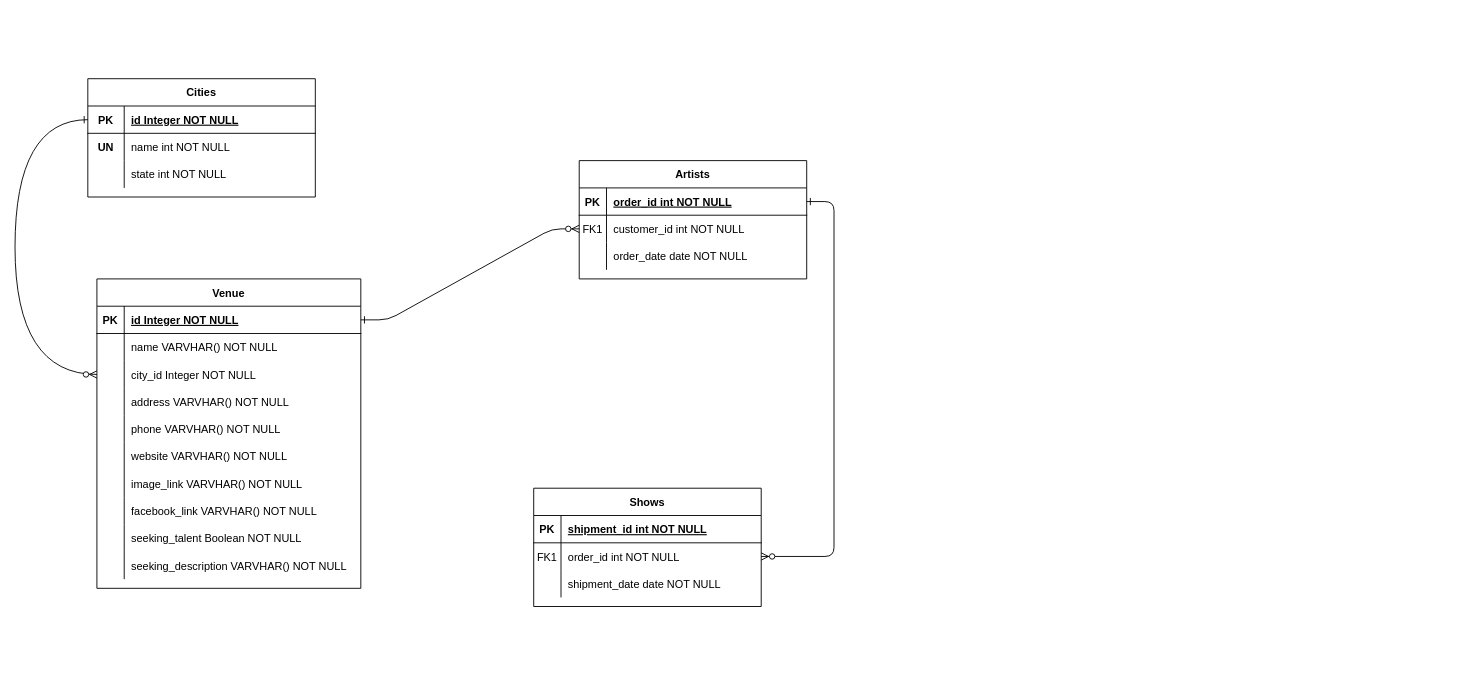
Before: projects/01_fyyur/Untitled Diagram.drawio in ehabAbdelMawla/FSND, a draw.io diagram. Source tidied: cells renumbered, new cells numbered last; positions are measured from the earlier drawing's top-left corner, leaving out a move shared by most shapes. Both pictures are drawn from the tidied source at 91%, with x=0, y=0 at pixel (15, 78).
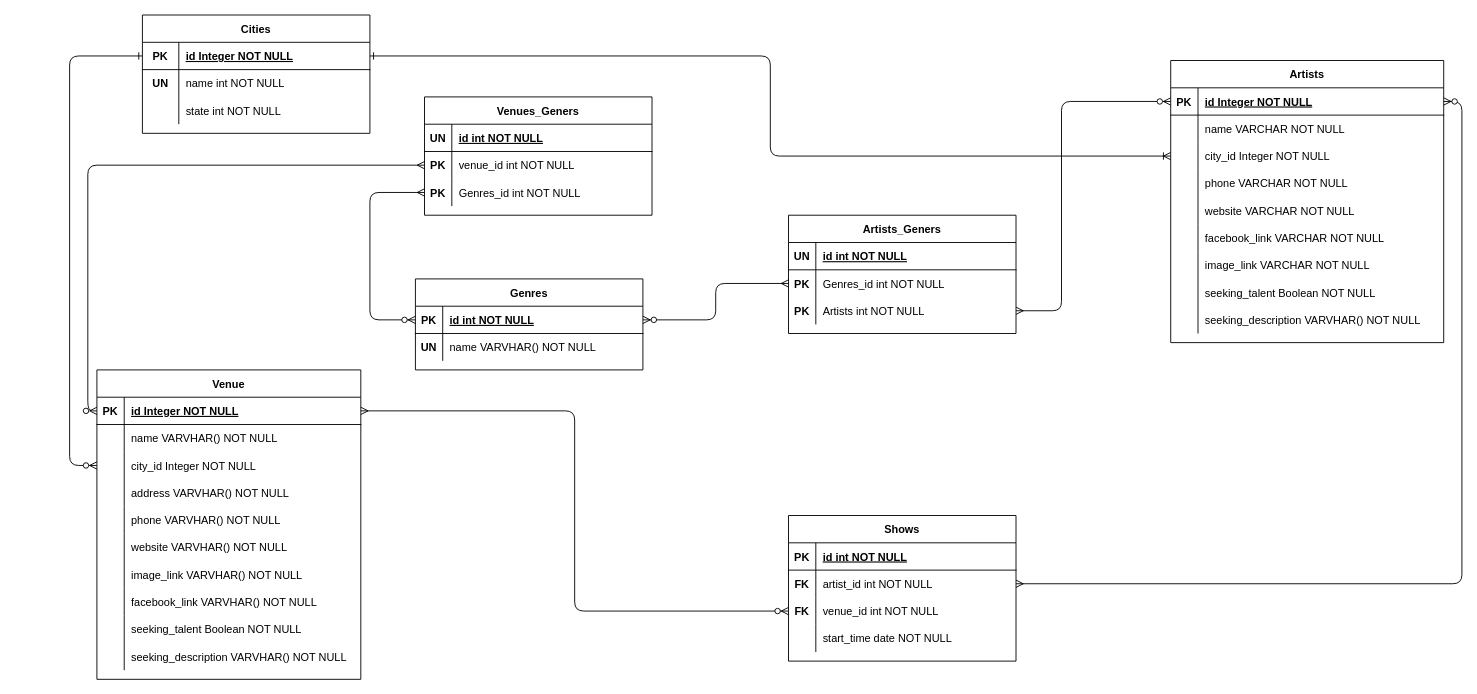
After the change.

The change refers to these unchanged cells:
```xml
<mxCell id="5" style="shape=partialRectangle;fillColor=none;points=[[0,0.5],[1,0.5]];portConstraint=eastwest;top=0;left=0;right=0;bottom=1;" parent="4" vertex="1">
  <mxGeometry y="30" width="250" height="30" as="geometry" />
</mxCell>
<mxCell id="8" style="shape=partialRectangle;fillColor=none;points=[[0,0.5],[1,0.5]];portConstraint=eastwest;top=0;left=0;right=0;bottom=0;" parent="4" vertex="1">
  <mxGeometry y="60" width="250" height="30" as="geometry" />
</mxCell>
<mxCell id="15" style="shape=partialRectangle;fillColor=none;top=0;left=0;right=0;bottom=1;" parent="14" vertex="1">
  <mxGeometry y="30" width="250" height="30" as="geometry" />
</mxCell>
<mxCell id="18" style="shape=partialRectangle;fillColor=none;points=[[0,0.5],[1,0.5]];portConstraint=eastwest;top=0;left=0;right=0;bottom=0;" parent="14" vertex="1">
  <mxGeometry y="60" width="250" height="30" as="geometry" />
</mxCell>
<mxCell id="21" style="shape=partialRectangle;fillColor=none;points=[[0,0.5],[1,0.5]];portConstraint=eastwest;top=0;left=0;right=0;bottom=0;" parent="14" vertex="1">
  <mxGeometry y="90" width="250" height="30" as="geometry" />
</mxCell>
<mxCell id="25" style="shape=partialRectangle;fillColor=none;points=[[0,0.5],[1,0.5]];portConstraint=eastwest;top=0;left=0;right=0;bottom=1;" parent="24" vertex="1">
  <mxGeometry y="30" width="290" height="30" as="geometry" />
</mxCell>
<mxCell id="31" style="shape=partialRectangle;fillColor=none;points=[[0,0.5],[1,0.5]];portConstraint=eastwest;top=0;left=0;right=0;bottom=0;" parent="24" vertex="1">
  <mxGeometry y="90" width="290" height="30" as="geometry" />
</mxCell>
<mxCell id="56" style="shape=partialRectangle;fillColor=none;points=[[0,0.5],[1,0.5]];portConstraint=eastwest;top=0;left=0;right=0;bottom=1;" parent="55" vertex="1">
  <mxGeometry y="30" width="250" height="30" as="geometry" />
</mxCell>
```

Diff of the diagram source:
```diff
@@
-    <mxCell id="2" style="edgeStyle=entityRelationEdgeStyle;endArrow=ERzeroToMany;startArrow=ERone;endFill=1;startFill=0;" parent="1" edge="1" source="25" target="8">
-      <mxGeometry relative="1" as="geometry" />
-    </mxCell>
-    <mxCell id="3" style="edgeStyle=entityRelationEdgeStyle;endArrow=ERzeroToMany;startArrow=ERone;endFill=1;startFill=0;" parent="1" edge="1" source="5" target="18">
-      <mxGeometry relative="1" as="geometry" />
-    </mxCell>
-    <mxCell id="4" value="Artists" style="shape=table;startSize=30;childLayout=tableLayout;rowLines=0;fontStyle=1;align=center;" parent="1" vertex="1">
-      <mxGeometry x="620" y="90" width="250" height="130" as="geometry" />
+    <mxCell id="4" value="Genres" style="shape=table;startSize=30;childLayout=tableLayout;rowLines=0;fontStyle=1;align=center;" parent="1" vertex="1">
+      <mxGeometry x="440" y="220" width="250" height="100" as="geometry" />
     </mxCell>
@@
-    <mxCell id="7" value="order_id int NOT NULL " style="shape=partialRectangle;overflow=hidden;fillColor=none;top=0;left=0;bottom=0;right=0;align=left;spacingLeft=6;fontStyle=5;" parent="5" vertex="1">
+    <mxCell id="7" value="id int NOT NULL " style="shape=partialRectangle;overflow=hidden;fillColor=none;top=0;left=0;bottom=0;right=0;align=left;spacingLeft=6;fontStyle=5;" parent="5" vertex="1">
       <mxGeometry x="30" width="220" height="30" as="geometry" />
     </mxCell>
@@
-    <mxCell id="9" value="FK1" style="shape=partialRectangle;overflow=hidden;fillColor=none;top=0;left=0;bottom=0;right=0;" parent="8" vertex="1">
+    <mxCell id="9" value="UN" style="shape=partialRectangle;overflow=hidden;fillColor=none;top=0;left=0;bottom=0;right=0;fontStyle=1;" parent="8" vertex="1">
       <mxGeometry width="30" height="30" as="geometry" />
     </mxCell>
-    <mxCell id="10" value="customer_id int NOT NULL" style="shape=partialRectangle;overflow=hidden;fillColor=none;top=0;left=0;bottom=0;right=0;align=left;spacingLeft=6;" parent="8" vertex="1">
+    <mxCell id="10" value="name VARVHAR() NOT NULL" style="shape=partialRectangle;overflow=hidden;fillColor=none;top=0;left=0;bottom=0;right=0;align=left;spacingLeft=6;" parent="8" vertex="1">
       <mxGeometry x="30" width="220" height="30" as="geometry" />
     </mxCell>
-    <mxCell id="11" style="shape=partialRectangle;fillColor=none;top=0;left=0;right=0;bottom=0;" parent="4" vertex="1">
-      <mxGeometry y="90" width="250" height="30" as="geometry" />
-    </mxCell>
-    <mxCell id="12" style="shape=partialRectangle;overflow=hidden;fillColor=none;top=0;left=0;bottom=0;right=0;" parent="11" vertex="1">
-      <mxGeometry width="30" height="30" as="geometry" />
-    </mxCell>
-    <mxCell id="13" value="order_date date NOT NULL" style="shape=partialRectangle;overflow=hidden;fillColor=none;top=0;left=0;bottom=0;right=0;align=left;spacingLeft=6;" parent="11" vertex="1">
-      <mxGeometry x="30" width="220" height="30" as="geometry" />
-    </mxCell>
     <mxCell id="14" value="Shows" style="shape=table;startSize=30;childLayout=tableLayout;rowLines=0;fontStyle=1;align=center;" parent="1" vertex="1">
-      <mxGeometry x="570" y="450" width="250" height="130" as="geometry" />
+      <mxGeometry x="850" y="480" width="250" height="160" as="geometry" />
     </mxCell>
@@
-    <mxCell id="17" value="shipment_id int NOT NULL " style="shape=partialRectangle;overflow=hidden;fillColor=none;top=0;left=0;bottom=0;right=0;align=left;spacingLeft=6;fontStyle=5;" parent="15" vertex="1">
+    <mxCell id="17" value="id int NOT NULL " style="shape=partialRectangle;overflow=hidden;fillColor=none;top=0;left=0;bottom=0;right=0;align=left;spacingLeft=6;fontStyle=5;" parent="15" vertex="1">
       <mxGeometry x="30" width="220" height="30" as="geometry" />
     </mxCell>
@@
-    <mxCell id="19" value="FK1" style="shape=partialRectangle;overflow=hidden;fillColor=none;top=0;left=0;bottom=0;right=0;" parent="18" vertex="1">
+    <mxCell id="19" value="FK" style="shape=partialRectangle;overflow=hidden;fillColor=none;top=0;left=0;bottom=0;right=0;fontStyle=1;" parent="18" vertex="1">
       <mxGeometry width="30" height="30" as="geometry" />
     </mxCell>
-    <mxCell id="20" value="order_id int NOT NULL" style="shape=partialRectangle;overflow=hidden;fillColor=none;top=0;left=0;bottom=0;right=0;align=left;spacingLeft=6;" parent="18" vertex="1">
+    <mxCell id="20" value="artist_id int NOT NULL" style="shape=partialRectangle;overflow=hidden;fillColor=none;top=0;left=0;bottom=0;right=0;align=left;spacingLeft=6;" parent="18" vertex="1">
       <mxGeometry x="30" width="220" height="30" as="geometry" />
     </mxCell>
@@
-    <mxCell id="22" style="shape=partialRectangle;overflow=hidden;fillColor=none;top=0;left=0;bottom=0;right=0;" parent="21" vertex="1">
+    <mxCell id="22" value="FK" style="shape=partialRectangle;overflow=hidden;fillColor=none;top=0;left=0;bottom=0;right=0;fontStyle=1;" parent="21" vertex="1">
       <mxGeometry width="30" height="30" as="geometry" />
     </mxCell>
-    <mxCell id="23" value="shipment_date date NOT NULL" style="shape=partialRectangle;overflow=hidden;fillColor=none;top=0;left=0;bottom=0;right=0;align=left;spacingLeft=6;" parent="21" vertex="1">
+    <mxCell id="23" value="venue_id int NOT NULL" style="shape=partialRectangle;overflow=hidden;fillColor=none;top=0;left=0;bottom=0;right=0;align=left;spacingLeft=6;" parent="21" vertex="1">
       <mxGeometry x="30" width="220" height="30" as="geometry" />
     </mxCell>
+    <mxCell id="66" style="shape=partialRectangle;fillColor=none;top=0;left=0;right=0;bottom=0;" parent="14" vertex="1">
+      <mxGeometry y="120" width="250" height="30" as="geometry" />
+    </mxCell>
+    <mxCell id="67" style="shape=partialRectangle;overflow=hidden;fillColor=none;top=0;left=0;bottom=0;right=0;" parent="66" vertex="1">
+      <mxGeometry width="30" height="30" as="geometry" />
+    </mxCell>
+    <mxCell id="68" value="start_time date NOT NULL" style="shape=partialRectangle;overflow=hidden;fillColor=none;top=0;left=0;bottom=0;right=0;align=left;spacingLeft=6;" parent="66" vertex="1">
+      <mxGeometry x="30" width="220" height="30" as="geometry" />
+    </mxCell>
     <mxCell id="24" value="Venue" style="shape=table;startSize=30;childLayout=tableLayout;rowLines=0;fontStyle=1;align=center;" parent="1" vertex="1">
-      <mxGeometry x="90" y="220" width="290" height="340" as="geometry" />
+      <mxGeometry x="90" y="320" width="290" height="340" as="geometry" />
     </mxCell>
@@
     <mxCell id="55" value="Cities" style="shape=table;startSize=30;childLayout=tableLayout;rowLines=0;fontStyle=1;align=center;" parent="1" vertex="1">
-      <mxGeometry x="80" width="250" height="130" as="geometry" />
+      <mxGeometry x="140" y="-70" width="250" height="130" as="geometry" />
     </mxCell>
@@
-    <mxCell id="65" style="endArrow=ERzeroToMany;startArrow=ERone;endFill=1;startFill=0;entryX=0;entryY=0.5;entryDx=0;entryDy=0;exitX=0;exitY=0.5;exitDx=0;exitDy=0;edgeStyle=orthogonalEdgeStyle;curved=1;" parent="1" edge="1" source="56" target="31">
+    <mxCell id="65" style="endArrow=ERzeroToMany;startArrow=ERone;endFill=1;startFill=0;entryX=0;entryY=0.5;entryDx=0;entryDy=0;exitX=0;exitY=0.5;exitDx=0;exitDy=0;edgeStyle=elbowEdgeStyle;elbow=vertical;" parent="1" edge="1" source="56" target="31">
       <mxGeometry relative="1" as="geometry">
         <Array as="points">
-          <mxPoint y="45" />
-          <mxPoint y="325" />
+          <mxPoint x="60" y="150" />
         </Array>
       </mxGeometry>
     </mxCell>
+    <mxCell id="69" value="Artists" style="shape=table;startSize=30;childLayout=tableLayout;rowLines=0;fontStyle=1;align=center;" parent="1" vertex="1">
+      <mxGeometry x="1270" y="-20" width="300" height="310" as="geometry" />
+    </mxCell>
+    <mxCell id="70" style="shape=partialRectangle;fillColor=none;points=[[0,0.5],[1,0.5]];portConstraint=eastwest;top=0;left=0;right=0;bottom=1;" parent="69" vertex="1">
+      <mxGeometry y="30" width="300" height="30" as="geometry" />
+    </mxCell>
+    <mxCell id="71" value="PK" style="shape=partialRectangle;overflow=hidden;fillColor=none;top=0;left=0;bottom=0;right=0;fontStyle=1;" parent="70" vertex="1">
+      <mxGeometry width="30" height="30" as="geometry" />
+    </mxCell>
+    <mxCell id="72" value="id Integer NOT NULL" style="shape=partialRectangle;overflow=hidden;fillColor=none;top=0;left=0;bottom=0;right=0;align=left;spacingLeft=6;fontStyle=5;" parent="70" vertex="1">
+      <mxGeometry x="30" width="270" height="30" as="geometry" />
+    </mxCell>
+    <mxCell id="73" style="shape=partialRectangle;fillColor=none;top=0;left=0;right=0;bottom=0;" parent="69" vertex="1">
+      <mxGeometry y="60" width="300" height="30" as="geometry" />
+    </mxCell>
+    <mxCell id="74" style="shape=partialRectangle;overflow=hidden;fillColor=none;top=0;left=0;bottom=0;right=0;" parent="73" vertex="1">
+      <mxGeometry width="30" height="30" as="geometry" />
+    </mxCell>
+    <mxCell id="75" value="name VARCHAR NOT NULL" style="shape=partialRectangle;overflow=hidden;fillColor=none;top=0;left=0;bottom=0;right=0;align=left;spacingLeft=6;" parent="73" vertex="1">
+      <mxGeometry x="30" width="270" height="30" as="geometry" />
+    </mxCell>
+    <mxCell id="76" style="shape=partialRectangle;fillColor=none;points=[[0,0.5],[1,0.5]];portConstraint=eastwest;top=0;left=0;right=0;bottom=0;" parent="69" vertex="1">
+      <mxGeometry y="90" width="300" height="30" as="geometry" />
+    </mxCell>
+    <mxCell id="77" style="shape=partialRectangle;overflow=hidden;fillColor=none;top=0;left=0;bottom=0;right=0;" parent="76" vertex="1">
+      <mxGeometry width="30" height="30" as="geometry" />
+    </mxCell>
+    <mxCell id="78" value="city_id Integer NOT NULL" style="shape=partialRectangle;overflow=hidden;fillColor=none;top=0;left=0;bottom=0;right=0;align=left;spacingLeft=6;" parent="76" vertex="1">
+      <mxGeometry x="30" width="270" height="30" as="geometry" />
+    </mxCell>
+    <mxCell id="79" style="shape=partialRectangle;fillColor=none;top=0;left=0;right=0;bottom=0;" parent="69" vertex="1">
+      <mxGeometry y="120" width="300" height="30" as="geometry" />
+    </mxCell>
+    <mxCell id="80" style="shape=partialRectangle;overflow=hidden;fillColor=none;top=0;left=0;bottom=0;right=0;" parent="79" vertex="1">
+      <mxGeometry width="30" height="30" as="geometry" />
+    </mxCell>
+    <mxCell id="81" value="phone VARCHAR NOT NULL" style="shape=partialRectangle;overflow=hidden;fillColor=none;top=0;left=0;bottom=0;right=0;align=left;spacingLeft=6;" parent="79" vertex="1">
+      <mxGeometry x="30" width="270" height="30" as="geometry" />
+    </mxCell>
+    <mxCell id="82" style="shape=partialRectangle;fillColor=none;top=0;left=0;right=0;bottom=0;" parent="69" vertex="1">
+      <mxGeometry y="150" width="300" height="30" as="geometry" />
+    </mxCell>
+    <mxCell id="83" style="shape=partialRectangle;overflow=hidden;fillColor=none;top=0;left=0;bottom=0;right=0;" parent="82" vertex="1">
+      <mxGeometry width="30" height="30" as="geometry" />
+    </mxCell>
+    <mxCell id="84" value="website VARCHAR NOT NULL" style="shape=partialRectangle;overflow=hidden;fillColor=none;top=0;left=0;bottom=0;right=0;align=left;spacingLeft=6;" parent="82" vertex="1">
+      <mxGeometry x="30" width="270" height="30" as="geometry" />
+    </mxCell>
+    <mxCell id="85" style="shape=partialRectangle;fillColor=none;top=0;left=0;right=0;bottom=0;" parent="69" vertex="1">
+      <mxGeometry y="180" width="300" height="30" as="geometry" />
+    </mxCell>
+    <mxCell id="86" style="shape=partialRectangle;overflow=hidden;fillColor=none;top=0;left=0;bottom=0;right=0;" parent="85" vertex="1">
+      <mxGeometry width="30" height="30" as="geometry" />
+    </mxCell>
+    <mxCell id="87" value="facebook_link VARCHAR NOT NULL" style="shape=partialRectangle;overflow=hidden;fillColor=none;top=0;left=0;bottom=0;right=0;align=left;spacingLeft=6;" parent="85" vertex="1">
+      <mxGeometry x="30" width="270" height="30" as="geometry" />
+    </mxCell>
+    <mxCell id="88" style="shape=partialRectangle;fillColor=none;top=0;left=0;right=0;bottom=0;" parent="69" vertex="1">
+      <mxGeometry y="210" width="300" height="30" as="geometry" />
+    </mxCell>
+    <mxCell id="89" style="shape=partialRectangle;overflow=hidden;fillColor=none;top=0;left=0;bottom=0;right=0;" parent="88" vertex="1">
+      <mxGeometry width="30" height="30" as="geometry" />
+    </mxCell>
+    <mxCell id="90" value="image_link VARCHAR NOT NULL" style="shape=partialRectangle;overflow=hidden;fillColor=none;top=0;left=0;bottom=0;right=0;align=left;spacingLeft=6;" parent="88" vertex="1">
+      <mxGeometry x="30" width="270" height="30" as="geometry" />
+    </mxCell>
+    <mxCell id="91" style="shape=partialRectangle;fillColor=none;top=0;left=0;right=0;bottom=0;" parent="69" vertex="1">
+      <mxGeometry y="240" width="300" height="30" as="geometry" />
+    </mxCell>
+    <mxCell id="92" style="shape=partialRectangle;overflow=hidden;fillColor=none;top=0;left=0;bottom=0;right=0;" parent="91" vertex="1">
+      <mxGeometry width="30" height="30" as="geometry" />
+    </mxCell>
+    <mxCell id="93" value="seeking_talent Boolean NOT NULL" style="shape=partialRectangle;overflow=hidden;fillColor=none;top=0;left=0;bottom=0;right=0;align=left;spacingLeft=6;" parent="91" vertex="1">
+      <mxGeometry x="30" width="270" height="30" as="geometry" />
+    </mxCell>
+    <mxCell id="94" style="shape=partialRectangle;fillColor=none;top=0;left=0;right=0;bottom=0;" parent="69" vertex="1">
+      <mxGeometry y="270" width="300" height="30" as="geometry" />
+    </mxCell>
+    <mxCell id="95" style="shape=partialRectangle;overflow=hidden;fillColor=none;top=0;left=0;bottom=0;right=0;" parent="94" vertex="1">
+      <mxGeometry width="30" height="30" as="geometry" />
+    </mxCell>
+    <mxCell id="96" value="seeking_description VARVHAR() NOT NULL" style="shape=partialRectangle;overflow=hidden;fillColor=none;top=0;left=0;bottom=0;right=0;align=left;spacingLeft=6;" parent="94" vertex="1">
+      <mxGeometry x="30" width="270" height="30" as="geometry" />
+    </mxCell>
+    <mxCell id="97" value="Venues_Geners" style="shape=table;startSize=30;childLayout=tableLayout;rowLines=0;fontStyle=1;align=center;" parent="1" vertex="1">
+      <mxGeometry x="450" y="20" width="250" height="130" as="geometry" />
+    </mxCell>
+    <mxCell id="98" style="shape=partialRectangle;fillColor=none;top=0;left=0;right=0;bottom=1;" parent="97" vertex="1">
+      <mxGeometry y="30" width="250" height="30" as="geometry" />
+    </mxCell>
+    <mxCell id="99" value="UN" style="shape=partialRectangle;overflow=hidden;fillColor=none;top=0;left=0;bottom=0;right=0;fontStyle=1;" parent="98" vertex="1">
+      <mxGeometry width="30" height="30" as="geometry" />
+    </mxCell>
+    <mxCell id="100" value="id int NOT NULL " style="shape=partialRectangle;overflow=hidden;fillColor=none;top=0;left=0;bottom=0;right=0;align=left;spacingLeft=6;fontStyle=5;" parent="98" vertex="1">
+      <mxGeometry x="30" width="220" height="30" as="geometry" />
+    </mxCell>
+    <mxCell id="101" style="shape=partialRectangle;fillColor=none;points=[[0,0.5],[1,0.5]];portConstraint=eastwest;top=0;left=0;right=0;bottom=0;" parent="97" vertex="1">
+      <mxGeometry y="60" width="250" height="30" as="geometry" />
+    </mxCell>
+    <mxCell id="102" value="PK" style="shape=partialRectangle;overflow=hidden;fillColor=none;top=0;left=0;bottom=0;right=0;fontStyle=1;" parent="101" vertex="1">
+      <mxGeometry width="30" height="30" as="geometry" />
+    </mxCell>
+    <mxCell id="103" value="venue_id int NOT NULL" style="shape=partialRectangle;overflow=hidden;fillColor=none;top=0;left=0;bottom=0;right=0;align=left;spacingLeft=6;" parent="101" vertex="1">
+      <mxGeometry x="30" width="220" height="30" as="geometry" />
+    </mxCell>
+    <mxCell id="104" style="shape=partialRectangle;fillColor=none;points=[[0,0.5],[1,0.5]];portConstraint=eastwest;top=0;left=0;right=0;bottom=0;" parent="97" vertex="1">
+      <mxGeometry y="90" width="250" height="30" as="geometry" />
+    </mxCell>
+    <mxCell id="105" value="PK" style="shape=partialRectangle;overflow=hidden;fillColor=none;top=0;left=0;bottom=0;right=0;fontStyle=1;" parent="104" vertex="1">
+      <mxGeometry width="30" height="30" as="geometry" />
+    </mxCell>
+    <mxCell id="106" value="Genres_id int NOT NULL" style="shape=partialRectangle;overflow=hidden;fillColor=none;top=0;left=0;bottom=0;right=0;align=left;spacingLeft=6;" parent="104" vertex="1">
+      <mxGeometry x="30" width="220" height="30" as="geometry" />
+    </mxCell>
+    <mxCell id="107" style="endArrow=ERzeroToMany;startArrow=ERmany;endFill=1;startFill=0;entryX=0;entryY=0.5;entryDx=0;entryDy=0;edgeStyle=elbowEdgeStyle;exitX=0;exitY=0.5;exitDx=0;exitDy=0;" parent="1" edge="1" source="101" target="25">
+      <mxGeometry relative="1" as="geometry">
+        <Array as="points">
+          <mxPoint x="80" y="190" />
+        </Array>
+      </mxGeometry>
+    </mxCell>
+    <mxCell id="108" style="endArrow=ERzeroToMany;startArrow=ERmany;endFill=1;startFill=0;entryX=0;entryY=0.5;entryDx=0;entryDy=0;edgeStyle=elbowEdgeStyle;exitX=0;exitY=0.5;exitDx=0;exitDy=0;" parent="1" edge="1" source="104" target="5">
+      <mxGeometry relative="1" as="geometry">
+        <Array as="points">
+          <mxPoint x="390" y="210" />
+          <mxPoint x="72.5" y="225" />
+        </Array>
+      </mxGeometry>
+    </mxCell>
+    <mxCell id="109" value="Artists_Geners" style="shape=table;startSize=30;childLayout=tableLayout;rowLines=0;fontStyle=1;align=center;" parent="1" vertex="1">
+      <mxGeometry x="850" y="150" width="250" height="130" as="geometry" />
+    </mxCell>
+    <mxCell id="110" style="shape=partialRectangle;fillColor=none;top=0;left=0;right=0;bottom=1;" parent="109" vertex="1">
+      <mxGeometry y="30" width="250" height="30" as="geometry" />
+    </mxCell>
+    <mxCell id="111" value="UN" style="shape=partialRectangle;overflow=hidden;fillColor=none;top=0;left=0;bottom=0;right=0;fontStyle=1;" parent="110" vertex="1">
+      <mxGeometry width="30" height="30" as="geometry" />
+    </mxCell>
+    <mxCell id="112" value="id int NOT NULL " style="shape=partialRectangle;overflow=hidden;fillColor=none;top=0;left=0;bottom=0;right=0;align=left;spacingLeft=6;fontStyle=5;" parent="110" vertex="1">
+      <mxGeometry x="30" width="220" height="30" as="geometry" />
+    </mxCell>
+    <mxCell id="113" style="shape=partialRectangle;fillColor=none;points=[[0,0.5],[1,0.5]];portConstraint=eastwest;top=0;left=0;right=0;bottom=0;" parent="109" vertex="1">
+      <mxGeometry y="60" width="250" height="30" as="geometry" />
+    </mxCell>
+    <mxCell id="114" value="PK" style="shape=partialRectangle;overflow=hidden;fillColor=none;top=0;left=0;bottom=0;right=0;fontStyle=1;" parent="113" vertex="1">
+      <mxGeometry width="30" height="30" as="geometry" />
+    </mxCell>
+    <mxCell id="115" value="Genres_id int NOT NULL" style="shape=partialRectangle;overflow=hidden;fillColor=none;top=0;left=0;bottom=0;right=0;align=left;spacingLeft=6;" parent="113" vertex="1">
+      <mxGeometry x="30" width="220" height="30" as="geometry" />
+    </mxCell>
+    <mxCell id="116" style="shape=partialRectangle;fillColor=none;points=[[0,0.5],[1,0.5]];portConstraint=eastwest;top=0;left=0;right=0;bottom=0;" parent="109" vertex="1">
+      <mxGeometry y="90" width="250" height="30" as="geometry" />
+    </mxCell>
+    <mxCell id="117" value="PK" style="shape=partialRectangle;overflow=hidden;fillColor=none;top=0;left=0;bottom=0;right=0;fontStyle=1;" parent="116" vertex="1">
+      <mxGeometry width="30" height="30" as="geometry" />
+    </mxCell>
+    <mxCell id="118" value="Artists int NOT NULL" style="shape=partialRectangle;overflow=hidden;fillColor=none;top=0;left=0;bottom=0;right=0;align=left;spacingLeft=6;" parent="116" vertex="1">
+      <mxGeometry x="30" width="220" height="30" as="geometry" />
+    </mxCell>
+    <mxCell id="119" style="endArrow=ERzeroToMany;startArrow=ERmany;endFill=1;startFill=0;entryX=0;entryY=0.5;entryDx=0;entryDy=0;edgeStyle=elbowEdgeStyle;" parent="1" edge="1" source="116" target="70">
+      <mxGeometry relative="1" as="geometry">
+        <Array as="points">
+          <mxPoint x="1150" y="110" />
+          <mxPoint x="720" y="205" />
+          <mxPoint x="402.5" y="220" />
+        </Array>
+      </mxGeometry>
+    </mxCell>
+    <mxCell id="120" style="endArrow=ERzeroToMany;startArrow=ERmany;endFill=1;startFill=0;edgeStyle=elbowEdgeStyle;exitX=0;exitY=0.5;exitDx=0;exitDy=0;entryX=1;entryY=0.5;entryDx=0;entryDy=0;" parent="1" edge="1" source="113" target="5">
+      <mxGeometry relative="1" as="geometry" />
+    </mxCell>
+    <mxCell id="121" style="endArrow=ERoneToMany;startArrow=ERone;endFill=0;startFill=0;exitX=1;exitY=0.5;exitDx=0;exitDy=0;edgeStyle=elbowEdgeStyle;rounded=1;entryX=0;entryY=0.5;entryDx=0;entryDy=0;" parent="1" edge="1" source="56" target="76">
+      <mxGeometry relative="1" as="geometry" />
+    </mxCell>
+    <mxCell id="122" style="endArrow=ERzeroToMany;startArrow=ERmany;endFill=1;startFill=0;entryX=1;entryY=0.5;entryDx=0;entryDy=0;edgeStyle=elbowEdgeStyle;exitX=1;exitY=0.5;exitDx=0;exitDy=0;" parent="1" edge="1" source="18" target="70">
+      <mxGeometry relative="1" as="geometry">
+        <Array as="points">
+          <mxPoint x="1590" y="395" />
+          <mxPoint x="1160" y="490" />
+          <mxPoint x="842.5" y="505" />
+        </Array>
+      </mxGeometry>
+    </mxCell>
+    <mxCell id="123" style="endArrow=ERzeroToMany;startArrow=ERmany;endFill=1;startFill=0;entryX=0;entryY=0.5;entryDx=0;entryDy=0;edgeStyle=elbowEdgeStyle;exitX=1;exitY=0.5;exitDx=0;exitDy=0;" parent="1" edge="1" source="25" target="21">
+      <mxGeometry relative="1" as="geometry" />
+    </mxCell>
```
